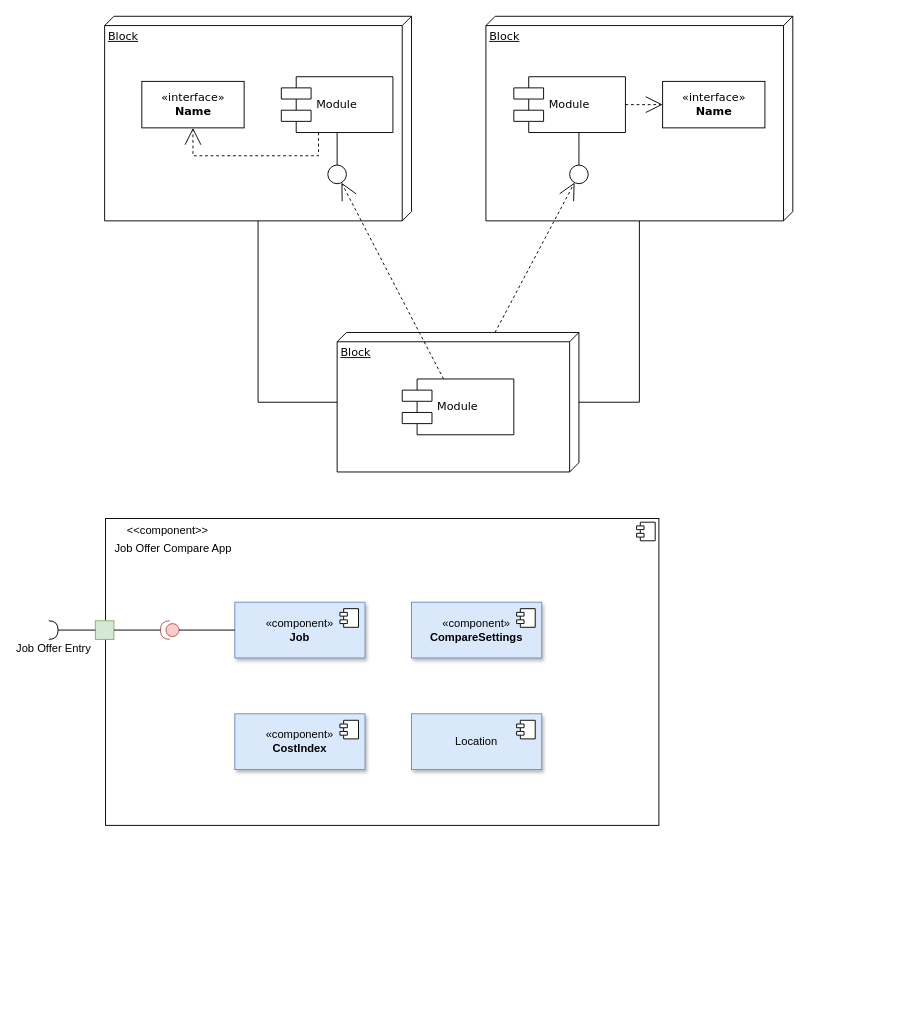
Before: Untitled Diagram.drawio in jobanyv9/6400_DatbaseDesign, a draw.io diagram. Source tidied: cells renumbered, new cells numbered last; positions are measured from the earlier drawing's top-left corner, leaving out a move shared by most shapes. Both pictures are drawn from the tidied source at 93%, with x=0, y=0 at pixel (48, 16).
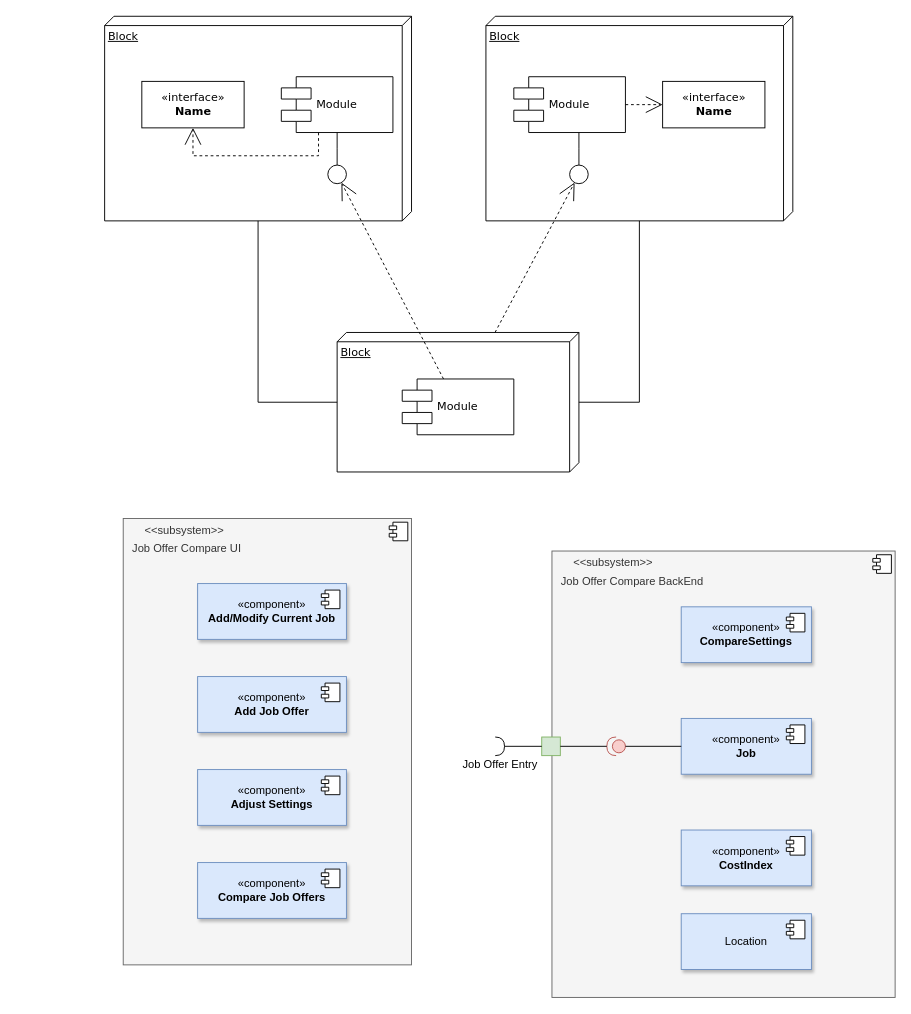
The same diagram, later.

Diff of the diagram source:
```diff
@@
-    <mxCell id="20" value="&lt;p style=&quot;margin: 6px 0px 0px;&quot;&gt;&amp;nbsp; &amp;nbsp; &amp;nbsp; &amp;nbsp;&amp;lt;&amp;lt;component&amp;gt;&amp;gt;&lt;/p&gt;&lt;p style=&quot;margin: 6px 0px 0px;&quot;&gt;&amp;nbsp; &amp;nbsp;Job Offer Compare App&lt;/p&gt;" style="align=left;overflow=fill;html=1;whiteSpace=wrap;" parent="1" vertex="1">
-      <mxGeometry x="61" y="540" width="595" height="330" as="geometry" />
+    <mxCell id="20" value="&lt;p style=&quot;margin: 6px 0px 0px;&quot;&gt;&amp;nbsp; &amp;nbsp; &amp;nbsp; &amp;nbsp;&amp;lt;&amp;lt;subsystem&amp;gt;&amp;gt;&lt;/p&gt;&lt;p style=&quot;margin: 6px 0px 0px;&quot;&gt;&amp;nbsp; &amp;nbsp;Job Offer Compare BackEnd&lt;/p&gt;" style="align=left;overflow=fill;html=1;whiteSpace=wrap;fillColor=#f5f5f5;fontColor=#333333;strokeColor=#666666;" parent="1" vertex="1">
+      <mxGeometry x="541" y="575" width="369" height="480" as="geometry" />
     </mxCell>
@@
     <mxCell id="22" value="«component»&lt;br&gt;&lt;b&gt;Job&lt;/b&gt;" style="html=1;whiteSpace=wrap;shadow=1;fillColor=#dae8fc;strokeColor=#6c8ebf;" parent="1" vertex="1">
-      <mxGeometry x="200" y="630" width="140" height="60" as="geometry" />
+      <mxGeometry x="680" y="755" width="140" height="60" as="geometry" />
     </mxCell>
@@
     <mxCell id="24" style="shape=providedRequiredInterface;html=1;verticalLabelPosition=bottom;sketch=0;direction=south;rotation=90;fillColor=#f8cecc;strokeColor=#b85450;" parent="1" vertex="1">
-      <mxGeometry x="120" y="650" width="20" height="20" as="geometry" />
+      <mxGeometry x="600" y="775" width="20" height="20" as="geometry" />
     </mxCell>
@@
     <mxCell id="26" style="whiteSpace=wrap;html=1;fillColor=#d5e8d4;strokeColor=#82b366;" parent="1" vertex="1">
-      <mxGeometry x="50" y="650" width="20" height="20" as="geometry" />
+      <mxGeometry x="530" y="775" width="20" height="20" as="geometry" />
     </mxCell>
@@
     <mxCell id="29" value="Job Offer Entry" style="shape=requiredInterface;html=1;verticalLabelPosition=bottom;sketch=0;" parent="1" vertex="1">
-      <mxGeometry y="650" width="10" height="20" as="geometry" />
+      <mxGeometry x="480" y="775" width="10" height="20" as="geometry" />
     </mxCell>
     <mxCell id="30" value="«component»&lt;br&gt;&lt;b&gt;CompareSettings&lt;/b&gt;" style="html=1;whiteSpace=wrap;shadow=1;fillColor=#dae8fc;strokeColor=#6c8ebf;" parent="1" vertex="1">
-      <mxGeometry x="390" y="630" width="140" height="60" as="geometry" />
+      <mxGeometry x="680" y="635" width="140" height="60" as="geometry" />
     </mxCell>
@@
     <mxCell id="32" value="«component»&lt;br&gt;&lt;b&gt;CostIndex&lt;/b&gt;" style="html=1;whiteSpace=wrap;shadow=1;fillColor=#dae8fc;strokeColor=#6c8ebf;" parent="1" vertex="1">
-      <mxGeometry x="200" y="750" width="140" height="60" as="geometry" />
+      <mxGeometry x="680" y="875" width="140" height="60" as="geometry" />
     </mxCell>
@@
     <mxCell id="34" value="Location" style="html=1;whiteSpace=wrap;shadow=1;fillColor=#dae8fc;strokeColor=#6c8ebf;" parent="1" vertex="1">
-      <mxGeometry x="390" y="750" width="140" height="60" as="geometry" />
+      <mxGeometry x="680" y="965" width="140" height="60" as="geometry" />
     </mxCell>
@@
+    <mxCell id="36" value="&lt;p style=&quot;margin: 6px 0px 0px;&quot;&gt;&amp;nbsp; &amp;nbsp; &amp;nbsp; &amp;nbsp;&amp;lt;&amp;lt;subsystem&amp;gt;&amp;gt;&lt;/p&gt;&lt;p style=&quot;margin: 6px 0px 0px;&quot;&gt;&amp;nbsp; &amp;nbsp;Job Offer Compare UI&lt;/p&gt;" style="align=left;overflow=fill;html=1;whiteSpace=wrap;fillColor=#f5f5f5;fontColor=#333333;strokeColor=#666666;" parent="1" vertex="1">
+      <mxGeometry x="80" y="540" width="310" height="480" as="geometry" />
+    </mxCell>
+    <mxCell id="37" style="shape=component;jettyWidth=8;jettyHeight=4;" parent="36" vertex="1">
+      <mxGeometry x="1" width="20" height="20" relative="1" as="geometry">
+        <mxPoint x="-24" y="4" as="offset" />
+      </mxGeometry>
+    </mxCell>
+    <mxCell id="38" value="«component»&lt;br&gt;&lt;b&gt;Add/Modify Current Job&lt;/b&gt;" style="html=1;whiteSpace=wrap;shadow=1;fillColor=#dae8fc;strokeColor=#6c8ebf;" parent="1" vertex="1">
+      <mxGeometry x="160" y="610" width="160" height="60" as="geometry" />
+    </mxCell>
+    <mxCell id="39" style="shape=module;jettyWidth=8;jettyHeight=4;" parent="38" vertex="1">
+      <mxGeometry x="1" width="20" height="20" relative="1" as="geometry">
+        <mxPoint x="-27" y="7" as="offset" />
+      </mxGeometry>
+    </mxCell>
+    <mxCell id="40" value="«component»&lt;br&gt;&lt;b&gt;Add Job Offer&lt;/b&gt;" style="html=1;whiteSpace=wrap;shadow=1;fillColor=#dae8fc;strokeColor=#6c8ebf;" parent="1" vertex="1">
+      <mxGeometry x="160" y="710" width="160" height="60" as="geometry" />
+    </mxCell>
+    <mxCell id="41" style="shape=module;jettyWidth=8;jettyHeight=4;" parent="40" vertex="1">
+      <mxGeometry x="1" width="20" height="20" relative="1" as="geometry">
+        <mxPoint x="-27" y="7" as="offset" />
+      </mxGeometry>
+    </mxCell>
+    <mxCell id="42" value="«component»&lt;br&gt;&lt;b&gt;Adjust Settings&lt;/b&gt;" style="html=1;whiteSpace=wrap;shadow=1;fillColor=#dae8fc;strokeColor=#6c8ebf;" parent="1" vertex="1">
+      <mxGeometry x="160" y="810" width="160" height="60" as="geometry" />
+    </mxCell>
+    <mxCell id="43" style="shape=module;jettyWidth=8;jettyHeight=4;" parent="42" vertex="1">
+      <mxGeometry x="1" width="20" height="20" relative="1" as="geometry">
+        <mxPoint x="-27" y="7" as="offset" />
+      </mxGeometry>
+    </mxCell>
+    <mxCell id="44" value="«component»&lt;br&gt;&lt;b&gt;Compare Job Offers&lt;/b&gt;" style="html=1;whiteSpace=wrap;shadow=1;fillColor=#dae8fc;strokeColor=#6c8ebf;" parent="1" vertex="1">
+      <mxGeometry x="160" y="910" width="160" height="60" as="geometry" />
+    </mxCell>
+    <mxCell id="45" style="shape=module;jettyWidth=8;jettyHeight=4;" parent="44" vertex="1">
+      <mxGeometry x="1" width="20" height="20" relative="1" as="geometry">
+        <mxPoint x="-27" y="7" as="offset" />
+      </mxGeometry>
+    </mxCell>
```
